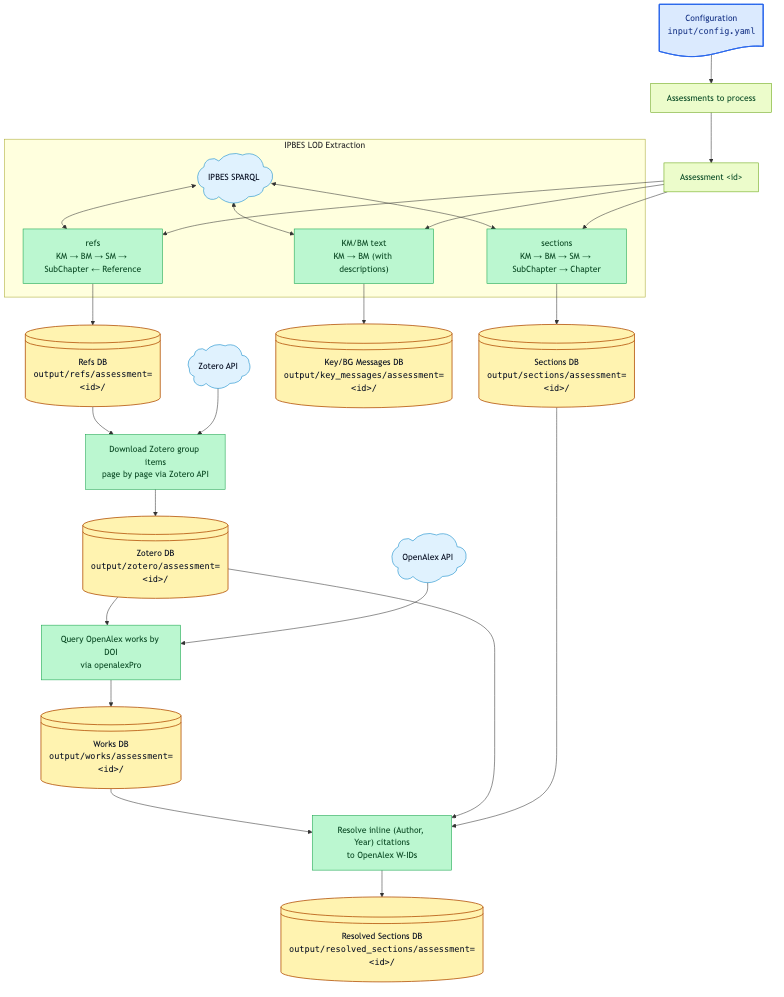
The Mermaid diagram output/figures/workflow.png in IPBES-Data/IPBES_BM_Fact_Checker, before a commit. Its source is kept beside it as input/mmd/workflow.mmd.
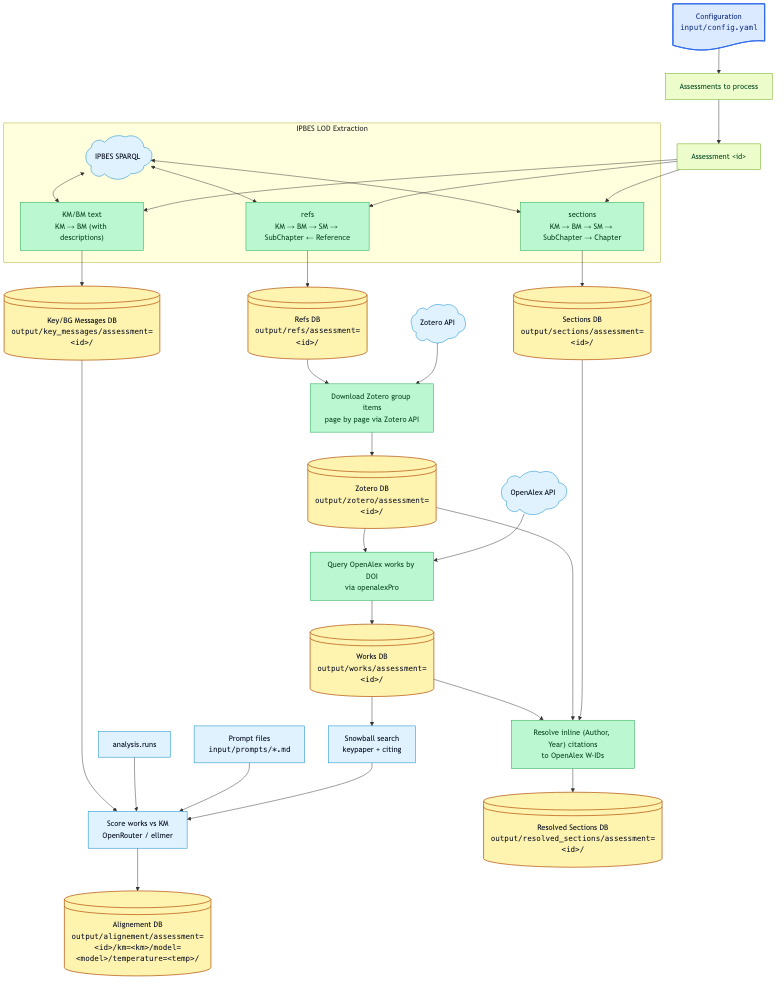
The same file after the commit.

The edit, as a diff of the source:
```diff
@@ -31,6 +31,17 @@
   openalex@{ shape: cloud, label: "OpenAlex API" } --> download_works
   download_works --> works_db@{ shape: lin-cyl, label: "Works DB<br/><tt>output/works/assessment=&lt;id&gt;/</tt>" }
 
+  analysis_runs["analysis.runs"]
+  prompts["Prompt files<br/><tt>input/prompts/*.md</tt>"]
+  snowball["Snowball search<br/>keypaper + citing"]
+  alignement["Score works vs KM<br/>OpenRouter / ellmer"]
+  works_db --> snowball
+  key_messages_db --> alignement
+  analysis_runs --> alignement
+  prompts --> alignement
+  snowball --> alignement
+  alignement --> alignement_db@{ shape: lin-cyl, label: "Alignement DB<br/><tt>output/alignement/assessment=&lt;id&gt;/km=&lt;km&gt;/model=&lt;model&gt;/temperature=&lt;temp&gt;/</tt>" }
+
   works_db    --> resolve_citations["Resolve inline (Author, Year) citations<br/>to OpenAlex W-IDs"]
   zotero_db   --> resolve_citations
   sections_db --> resolve_citations
@@ -44,6 +55,6 @@
 
   class config_file input_file;
   class assessment_list,assessment_id config;
-  class refs_db,sections_db,key_messages_db,zotero_db,works_db,resolved_sections_db database;
+  class refs_db,sections_db,key_messages_db,zotero_db,works_db,resolved_sections_db,alignement_db database;
   class build_refs,build_sections,build_key_messages,download_zotero,download_works,resolve_citations processing;
-  class sparql,zotero_api,openalex helper;
+  class sparql,zotero_api,openalex,analysis_runs,prompts,snowball,alignement helper;
```
